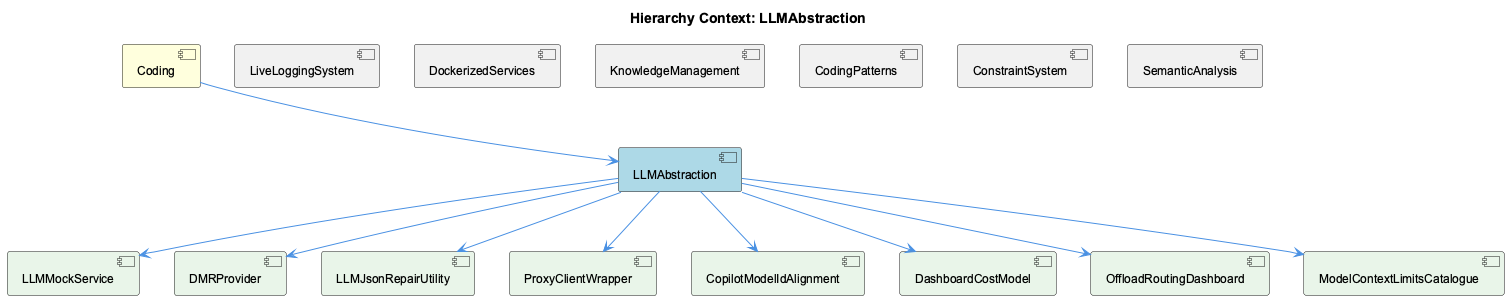
fwornle/coding keeps this PlantUML diagram as knowledge-management/insights/images/llmabstraction-relationship.png. Above is the earlier version.
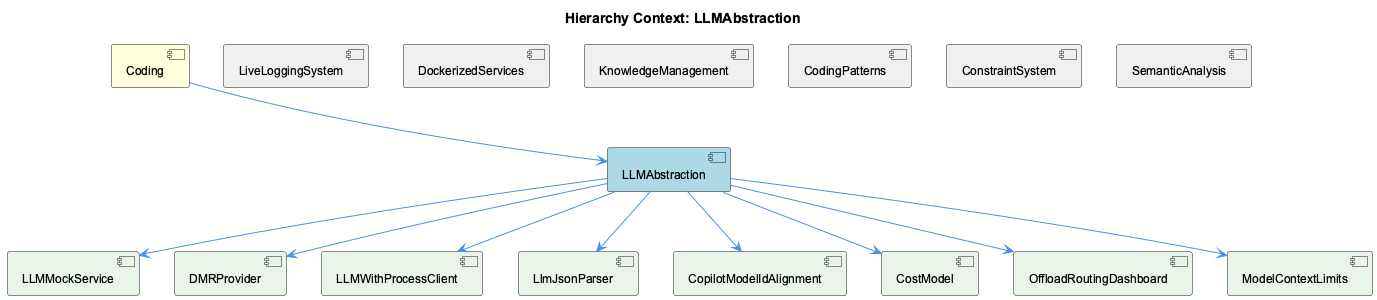
Later version of the same file.

Change to the diagram source:
```diff
@@ -13,12 +13,12 @@
 [SemanticAnalysis] as semantic_analysis #F0F0F0
 [LLMMockService] as llmmock_service #E8F5E8
 [DMRProvider] as dmrprovider #E8F5E8
-[LLMJsonRepairUtility] as llmjson_repair_utility #E8F5E8
-[ProxyClientWrapper] as proxy_client_wrapper #E8F5E8
+[LLMWithProcessClient] as llmwith_process_client #E8F5E8
+[LlmJsonParser] as llm_json_parser #E8F5E8
 [CopilotModelIdAlignment] as copilot_model_id_alignment #E8F5E8
-[DashboardCostModel] as dashboard_cost_model #E8F5E8
+[CostModel] as cost_model #E8F5E8
 [OffloadRoutingDashboard] as offload_routing_dashboard #E8F5E8
-[ModelContextLimitsCatalogue] as model_context_limits_catalogue #E8F5E8
+[ModelContextLimits] as model_context_limits #E8F5E8
 
 coding --> llmabstraction
 live_logging_system -[hidden]- llmabstraction
@@ -29,11 +29,11 @@
 semantic_analysis -[hidden]- llmabstraction
 llmabstraction --> llmmock_service
 llmabstraction --> dmrprovider
-llmabstraction --> llmjson_repair_utility
-llmabstraction --> proxy_client_wrapper
+llmabstraction --> llmwith_process_client
+llmabstraction --> llm_json_parser
 llmabstraction --> copilot_model_id_alignment
-llmabstraction --> dashboard_cost_model
+llmabstraction --> cost_model
 llmabstraction --> offload_routing_dashboard
-llmabstraction --> model_context_limits_catalogue
+llmabstraction --> model_context_limits
 
 @enduml
```
